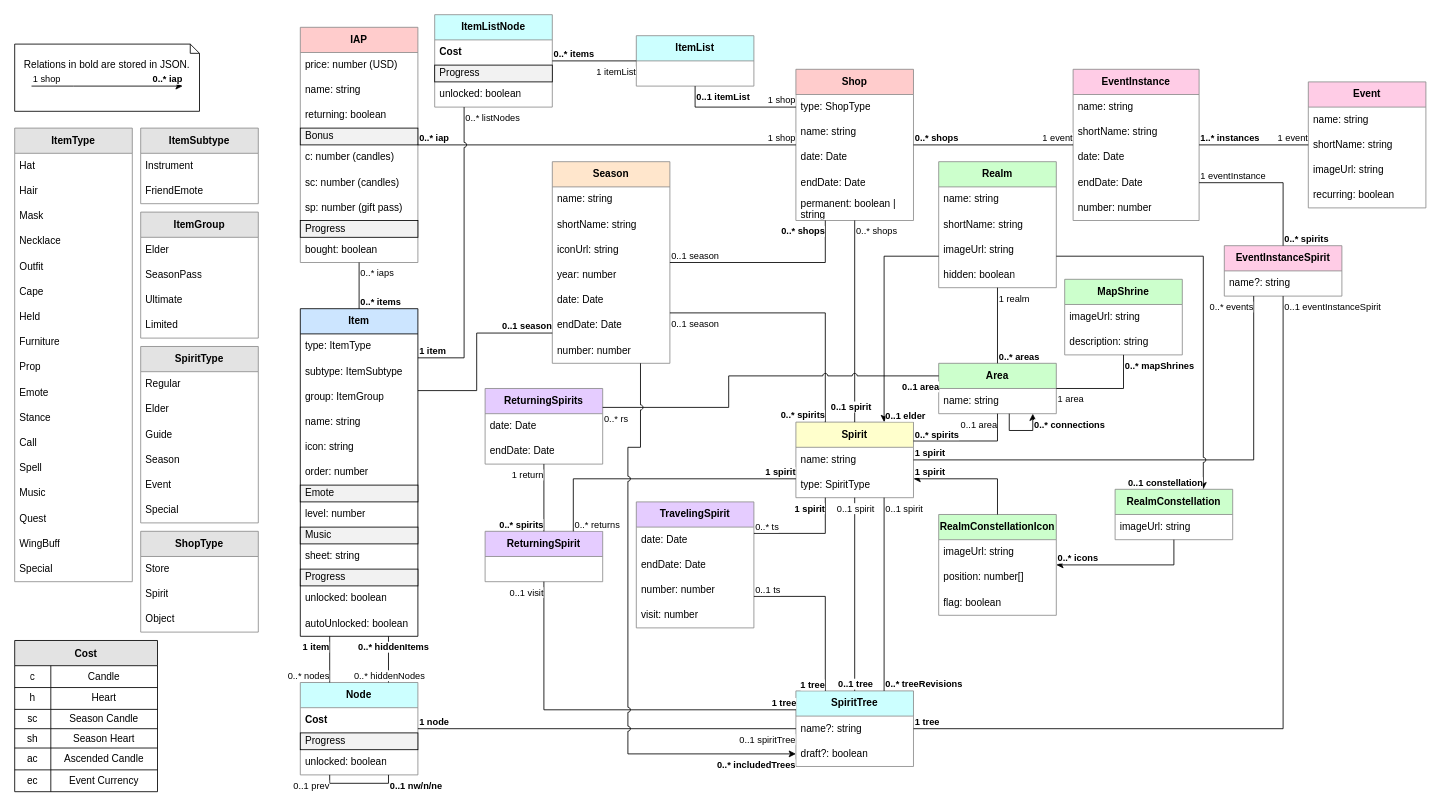
This is diagrams/SkyPlannerData.drawio from Silverfeelin/SkyGame-Planner, a draw.io file, before an edit. Source tidied: cells renumbered, new cells numbered last; positions are measured from the earlier drawing's top-left corner, leaving out a move shared by most shapes. Both pictures are drawn from the tidied source at 84%, with x=0, y=0 at pixel (14, 14).
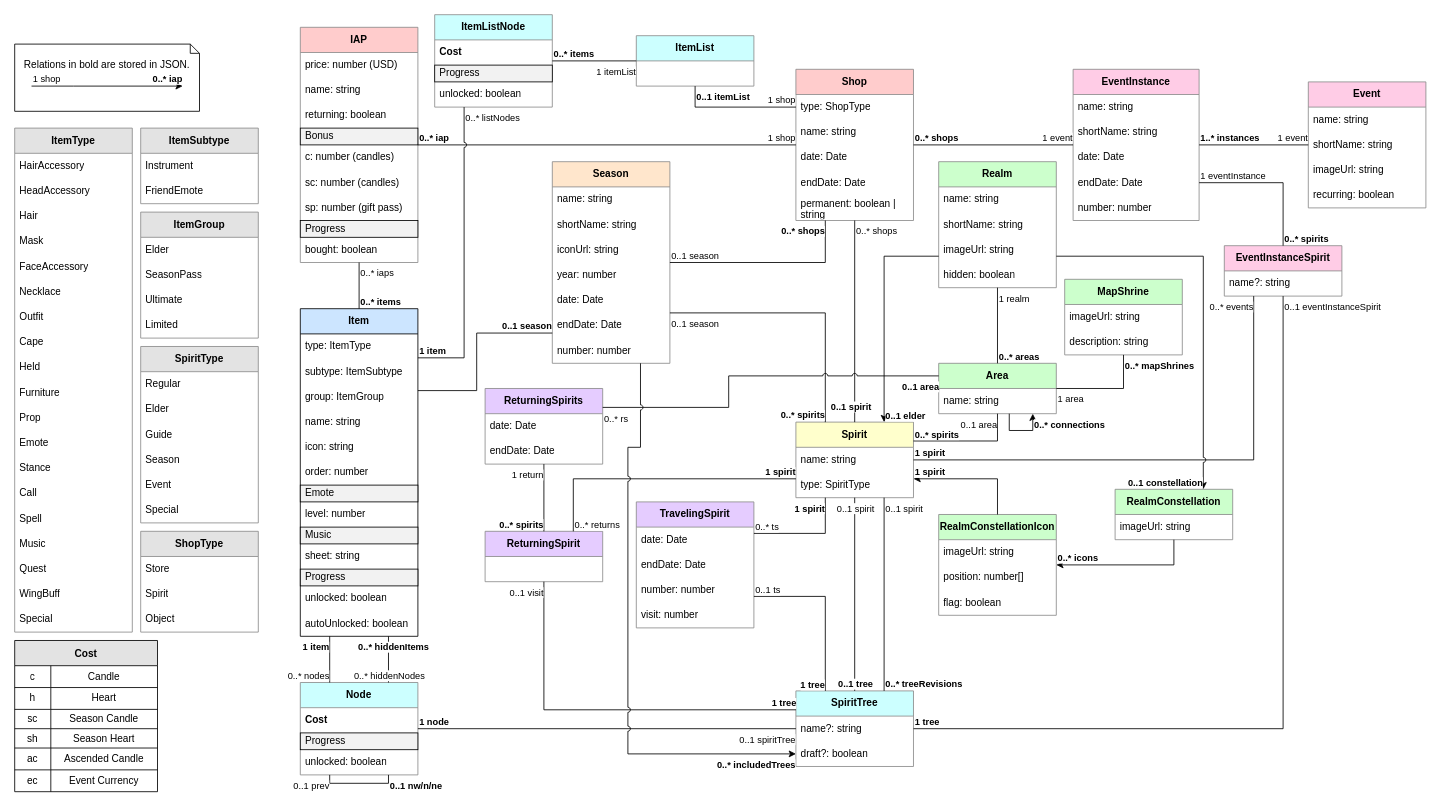
The same diagram, later.

The edit, as a diff of the source:
```diff
@@
     <mxCell id="16" value="ItemType" style="swimlane;fontStyle=1;horizontal=1;startSize=30;whiteSpace=wrap;html=1;fillStyle=auto;strokeColor=#8C8C8C;fillColor=#E3E3E3;" parent="1" vertex="1">
-      <mxGeometry y="135" width="140" height="540" as="geometry" />
+      <mxGeometry y="135" width="140" height="600" as="geometry" />
     </mxCell>
-    <mxCell id="17" value="Hat" style="text;strokeColor=none;fillColor=none;align=left;verticalAlign=middle;spacingLeft=4;spacingRight=4;overflow=hidden;whiteSpace=wrap;html=1;fillStyle=auto;" parent="16" vertex="1">
+    <mxCell id="17" value="HairAccessory" style="text;strokeColor=none;fillColor=none;align=left;verticalAlign=middle;spacingLeft=4;spacingRight=4;overflow=hidden;whiteSpace=wrap;html=1;fillStyle=auto;" parent="16" vertex="1">
       <mxGeometry y="30" width="140" height="30" as="geometry" />
     </mxCell>
+    <mxCell id="294" value="HeadAccessory" style="text;strokeColor=none;fillColor=none;align=left;verticalAlign=middle;spacingLeft=4;spacingRight=4;overflow=hidden;whiteSpace=wrap;html=1;fillStyle=auto;" parent="16" vertex="1">
+      <mxGeometry y="60" width="140" height="30" as="geometry" />
+    </mxCell>
     <mxCell id="18" value="Hair" style="text;strokeColor=none;fillColor=none;align=left;verticalAlign=middle;spacingLeft=4;spacingRight=4;overflow=hidden;whiteSpace=wrap;html=1;fillStyle=auto;" parent="16" vertex="1">
-      <mxGeometry y="60" width="140" height="30" as="geometry" />
+      <mxGeometry y="90" width="140" height="30" as="geometry" />
     </mxCell>
     <mxCell id="19" value="Mask" style="text;strokeColor=none;fillColor=none;align=left;verticalAlign=middle;spacingLeft=4;spacingRight=4;overflow=hidden;whiteSpace=wrap;html=1;fillStyle=auto;" parent="16" vertex="1">
-      <mxGeometry y="90" width="140" height="30" as="geometry" />
+      <mxGeometry y="120" width="140" height="30" as="geometry" />
     </mxCell>
+    <mxCell id="295" value="FaceAccessory" style="text;strokeColor=none;fillColor=none;align=left;verticalAlign=middle;spacingLeft=4;spacingRight=4;overflow=hidden;whiteSpace=wrap;html=1;fillStyle=auto;" parent="16" vertex="1">
+      <mxGeometry y="150" width="140" height="30" as="geometry" />
+    </mxCell>
     <mxCell id="20" value="Necklace" style="text;strokeColor=none;fillColor=none;align=left;verticalAlign=middle;spacingLeft=4;spacingRight=4;overflow=hidden;whiteSpace=wrap;html=1;fillStyle=auto;" parent="16" vertex="1">
-      <mxGeometry y="120" width="140" height="30" as="geometry" />
+      <mxGeometry y="180" width="140" height="30" as="geometry" />
     </mxCell>
     <mxCell id="21" value="Outfit" style="text;strokeColor=none;fillColor=none;align=left;verticalAlign=middle;spacingLeft=4;spacingRight=4;overflow=hidden;whiteSpace=wrap;html=1;fillStyle=auto;" parent="16" vertex="1">
-      <mxGeometry y="150" width="140" height="30" as="geometry" />
+      <mxGeometry y="210" width="140" height="30" as="geometry" />
     </mxCell>
     <mxCell id="22" value="Cape" style="text;strokeColor=none;fillColor=none;align=left;verticalAlign=middle;spacingLeft=4;spacingRight=4;overflow=hidden;whiteSpace=wrap;html=1;fillStyle=auto;" parent="16" vertex="1">
-      <mxGeometry y="180" width="140" height="30" as="geometry" />
+      <mxGeometry y="240" width="140" height="30" as="geometry" />
     </mxCell>
     <mxCell id="23" value="Held" style="text;strokeColor=none;fillColor=none;align=left;verticalAlign=middle;spacingLeft=4;spacingRight=4;overflow=hidden;whiteSpace=wrap;html=1;fillStyle=auto;" parent="16" vertex="1">
-      <mxGeometry y="210" width="140" height="30" as="geometry" />
+      <mxGeometry y="270" width="140" height="30" as="geometry" />
     </mxCell>
     <mxCell id="24" value="Furniture" style="text;strokeColor=none;fillColor=none;align=left;verticalAlign=middle;spacingLeft=4;spacingRight=4;overflow=hidden;whiteSpace=wrap;html=1;fillStyle=auto;" parent="16" vertex="1">
-      <mxGeometry y="240" width="140" height="30" as="geometry" />
+      <mxGeometry y="300" width="140" height="30" as="geometry" />
     </mxCell>
     <mxCell id="25" value="Prop" style="text;strokeColor=none;fillColor=none;align=left;verticalAlign=middle;spacingLeft=4;spacingRight=4;overflow=hidden;whiteSpace=wrap;html=1;fillStyle=auto;" parent="16" vertex="1">
-      <mxGeometry y="270" width="140" height="30" as="geometry" />
+      <mxGeometry y="330" width="140" height="30" as="geometry" />
     </mxCell>
     <mxCell id="26" value="Emote" style="text;strokeColor=none;fillColor=none;align=left;verticalAlign=middle;spacingLeft=4;spacingRight=4;overflow=hidden;whiteSpace=wrap;html=1;fillStyle=auto;" parent="16" vertex="1">
-      <mxGeometry y="300" width="140" height="30" as="geometry" />
+      <mxGeometry y="360" width="140" height="30" as="geometry" />
     </mxCell>
     <mxCell id="27" value="Stance" style="text;strokeColor=none;fillColor=none;align=left;verticalAlign=middle;spacingLeft=4;spacingRight=4;overflow=hidden;whiteSpace=wrap;html=1;fillStyle=auto;" parent="16" vertex="1">
-      <mxGeometry y="330" width="140" height="30" as="geometry" />
+      <mxGeometry y="390" width="140" height="30" as="geometry" />
     </mxCell>
     <mxCell id="28" value="Call" style="text;strokeColor=none;fillColor=none;align=left;verticalAlign=middle;spacingLeft=4;spacingRight=4;overflow=hidden;whiteSpace=wrap;html=1;fillStyle=auto;" parent="16" vertex="1">
-      <mxGeometry y="360" width="140" height="30" as="geometry" />
+      <mxGeometry y="420" width="140" height="30" as="geometry" />
     </mxCell>
     <mxCell id="29" value="Spell" style="text;strokeColor=none;fillColor=none;align=left;verticalAlign=middle;spacingLeft=4;spacingRight=4;overflow=hidden;whiteSpace=wrap;html=1;fillStyle=auto;" parent="16" vertex="1">
-      <mxGeometry y="390" width="140" height="30" as="geometry" />
+      <mxGeometry y="450" width="140" height="30" as="geometry" />
     </mxCell>
     <mxCell id="30" value="Music" style="text;strokeColor=none;fillColor=none;align=left;verticalAlign=middle;spacingLeft=4;spacingRight=4;overflow=hidden;whiteSpace=wrap;html=1;fillStyle=auto;" parent="16" vertex="1">
-      <mxGeometry y="420" width="140" height="30" as="geometry" />
+      <mxGeometry y="480" width="140" height="30" as="geometry" />
     </mxCell>
     <mxCell id="31" value="Quest" style="text;strokeColor=none;fillColor=none;align=left;verticalAlign=middle;spacingLeft=4;spacingRight=4;overflow=hidden;whiteSpace=wrap;html=1;fillStyle=auto;" parent="16" vertex="1">
-      <mxGeometry y="450" width="140" height="30" as="geometry" />
+      <mxGeometry y="510" width="140" height="30" as="geometry" />
     </mxCell>
     <mxCell id="32" value="WingBuff" style="text;strokeColor=none;fillColor=none;align=left;verticalAlign=middle;spacingLeft=4;spacingRight=4;overflow=hidden;whiteSpace=wrap;html=1;fillStyle=auto;" parent="16" vertex="1">
-      <mxGeometry y="480" width="140" height="30" as="geometry" />
+      <mxGeometry y="540" width="140" height="30" as="geometry" />
     </mxCell>
     <mxCell id="33" value="Special" style="text;strokeColor=none;fillColor=none;align=left;verticalAlign=middle;spacingLeft=4;spacingRight=4;overflow=hidden;whiteSpace=wrap;html=1;fillStyle=auto;" parent="16" vertex="1">
-      <mxGeometry y="510" width="140" height="30" as="geometry" />
+      <mxGeometry y="570" width="140" height="30" as="geometry" />
     </mxCell>
```
